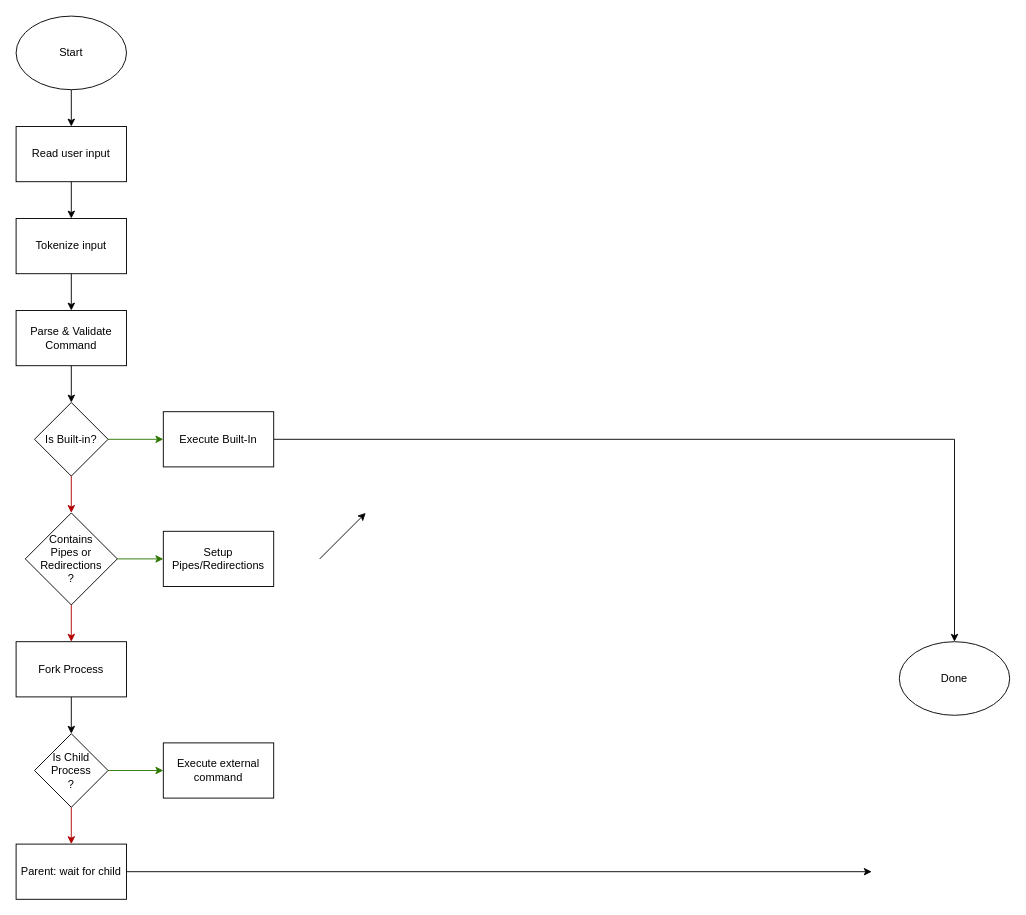
This is page "Flowchart for Command Execution" (3 of 3) of _gitignore/minishell.drawio from bddkalle/minishell, a draw.io file, before an edit. Source tidied: cells renumbered, new cells numbered last; positions are measured from the earlier drawing's top-left corner, leaving out a move shared by most shapes. Both pictures are drawn from the tidied source at 92%, with x=0, y=0 at pixel (16, 16).
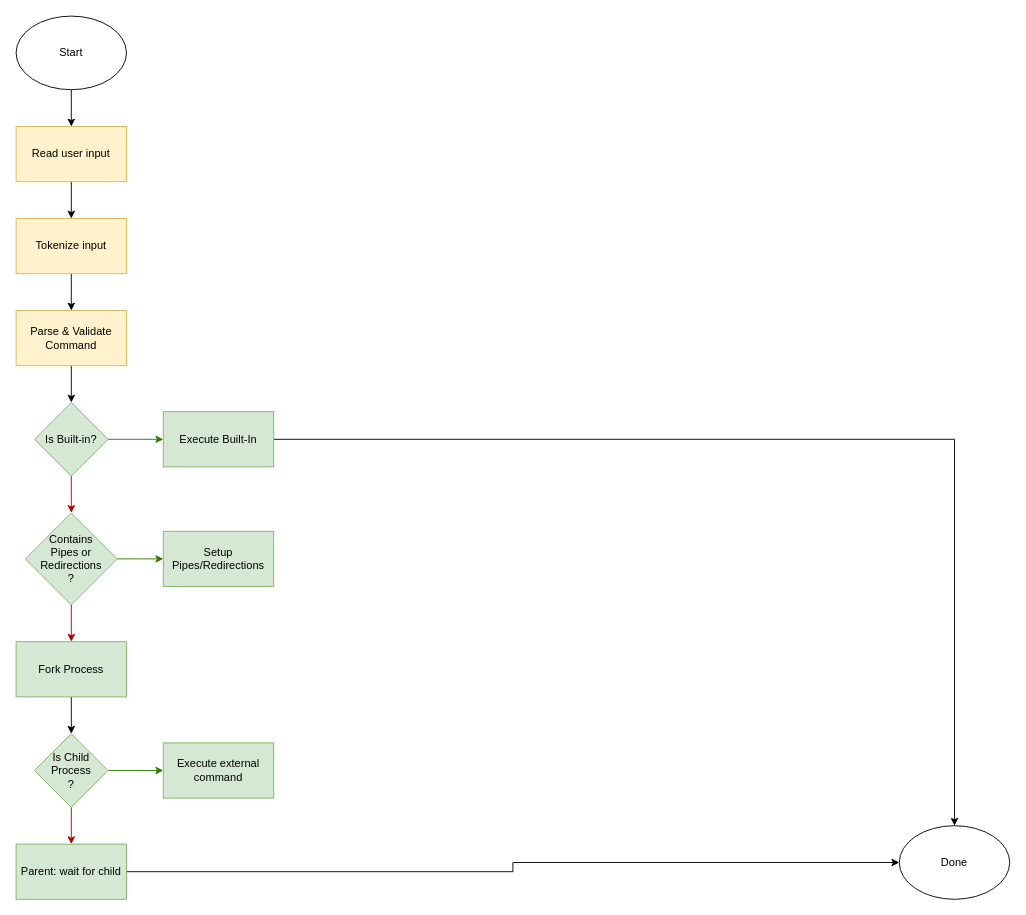
Above is the later version.

Change to the diagram source:
```diff
@@
     <mxCell id="4" value="Done" style="ellipse;whiteSpace=wrap;html=1;" parent="1" vertex="1">
-      <mxGeometry x="960" y="680" width="120" height="80" as="geometry" />
+      <mxGeometry x="960" y="880" width="120" height="80" as="geometry" />
     </mxCell>
@@
-    <mxCell id="6" value="Read user input" style="rounded=0;whiteSpace=wrap;html=1;" parent="1" vertex="1">
+    <mxCell id="6" value="Read user input" style="rounded=0;whiteSpace=wrap;html=1;fillColor=#fff2cc;strokeColor=#d6b656;" parent="1" vertex="1">
       <mxGeometry y="120" width="120" height="60" as="geometry" />
     </mxCell>
@@
-    <mxCell id="8" value="Tokenize input" style="rounded=0;whiteSpace=wrap;html=1;" parent="1" vertex="1">
+    <mxCell id="8" value="Tokenize input" style="rounded=0;whiteSpace=wrap;html=1;fillColor=#fff2cc;strokeColor=#d6b656;" parent="1" vertex="1">
       <mxGeometry y="220" width="120" height="60" as="geometry" />
     </mxCell>
@@
-    <mxCell id="10" value="Parse &amp;amp; Validate Command" style="rounded=0;whiteSpace=wrap;html=1;" parent="1" vertex="1">
+    <mxCell id="10" value="Parse &amp;amp; Validate Command" style="rounded=0;whiteSpace=wrap;html=1;fillColor=#fff2cc;strokeColor=#d6b656;" parent="1" vertex="1">
       <mxGeometry y="320" width="120" height="60" as="geometry" />
     </mxCell>
@@
-    <mxCell id="13" value="Is Built-in?" style="rhombus;whiteSpace=wrap;html=1;" parent="1" vertex="1">
+    <mxCell id="13" value="Is Built-in?" style="rhombus;whiteSpace=wrap;html=1;fillColor=#d5e8d4;strokeColor=#82b366;" parent="1" vertex="1">
       <mxGeometry x="20" y="420" width="80" height="80" as="geometry" />
     </mxCell>
@@
-    <mxCell id="15" value="Execute Built-In" style="rounded=0;whiteSpace=wrap;html=1;" parent="1" vertex="1">
+    <mxCell id="15" value="Execute Built-In" style="rounded=0;whiteSpace=wrap;html=1;fillColor=#d5e8d4;strokeColor=#82b366;" parent="1" vertex="1">
       <mxGeometry x="160" y="430" width="120" height="60" as="geometry" />
     </mxCell>
@@
-    <mxCell id="18" value="Contains&lt;br&gt;Pipes or&lt;br&gt;Redirections&lt;br&gt;?" style="rhombus;whiteSpace=wrap;html=1;" parent="1" vertex="1">
+    <mxCell id="18" value="Contains&lt;br&gt;Pipes or&lt;br&gt;Redirections&lt;br&gt;?" style="rhombus;whiteSpace=wrap;html=1;fillColor=#d5e8d4;strokeColor=#82b366;" parent="1" vertex="1">
       <mxGeometry x="10" y="540" width="100" height="100" as="geometry" />
     </mxCell>
@@
-    <mxCell id="20" value="Fork Process" style="whiteSpace=wrap;html=1;" parent="1" vertex="1">
+    <mxCell id="20" value="Fork Process" style="whiteSpace=wrap;html=1;fillColor=#d5e8d4;strokeColor=#82b366;" parent="1" vertex="1">
       <mxGeometry y="680" width="120" height="60" as="geometry" />
     </mxCell>
-    <mxCell id="21" value="Setup Pipes/Redirections" style="whiteSpace=wrap;html=1;" parent="1" vertex="1">
+    <mxCell id="21" value="Setup Pipes/Redirections" style="whiteSpace=wrap;html=1;fillColor=#d5e8d4;strokeColor=#82b366;" parent="1" vertex="1">
       <mxGeometry x="160" y="560" width="120" height="60" as="geometry" />
     </mxCell>
@@
-    <mxCell id="24" value="Is Child Process&lt;br&gt;?" style="rhombus;whiteSpace=wrap;html=1;" parent="1" vertex="1">
+    <mxCell id="24" value="Is Child Process&lt;br&gt;?" style="rhombus;whiteSpace=wrap;html=1;fillColor=#d5e8d4;strokeColor=#82b366;" parent="1" vertex="1">
       <mxGeometry x="20" y="780" width="80" height="80" as="geometry" />
     </mxCell>
-    <mxCell id="25" value="Execute external command" style="whiteSpace=wrap;html=1;" parent="1" vertex="1">
+    <mxCell id="25" value="Execute external command" style="whiteSpace=wrap;html=1;fillColor=#d5e8d4;strokeColor=#82b366;" parent="1" vertex="1">
       <mxGeometry x="160" y="790" width="120" height="60" as="geometry" />
     </mxCell>
-    <mxCell id="26" style="edgeStyle=orthogonalEdgeStyle;rounded=0;jettySize=auto;html=1;exitX=1;exitY=0.5;exitDx=0;exitDy=0;" parent="1" edge="1" source="27">
-      <mxGeometry relative="1" as="geometry">
-        <mxPoint x="930" y="930" as="targetPoint" />
-      </mxGeometry>
+    <mxCell id="26" style="edgeStyle=orthogonalEdgeStyle;rounded=0;jettySize=auto;html=1;exitX=1;exitY=0.5;exitDx=0;exitDy=0;entryX=0;entryY=0.5;entryDx=0;entryDy=0;" parent="1" edge="1" source="27" target="4">
+      <mxGeometry relative="1" as="geometry" />
     </mxCell>
-    <mxCell id="27" value="Parent: wait for child" style="whiteSpace=wrap;html=1;" parent="1" vertex="1">
+    <mxCell id="27" value="Parent: wait for child" style="whiteSpace=wrap;html=1;fillColor=#d5e8d4;strokeColor=#82b366;" parent="1" vertex="1">
       <mxGeometry y="900" width="120" height="60" as="geometry" />
     </mxCell>
-    <mxCell id="28" style="endArrow=classic;html=1;rounded=0;" parent="1" edge="1">
-      <mxGeometry relative="1" as="geometry">
-        <mxPoint x="330" y="590" as="sourcePoint" />
-        <mxPoint x="380" y="540" as="targetPoint" />
-      </mxGeometry>
-    </mxCell>
```
